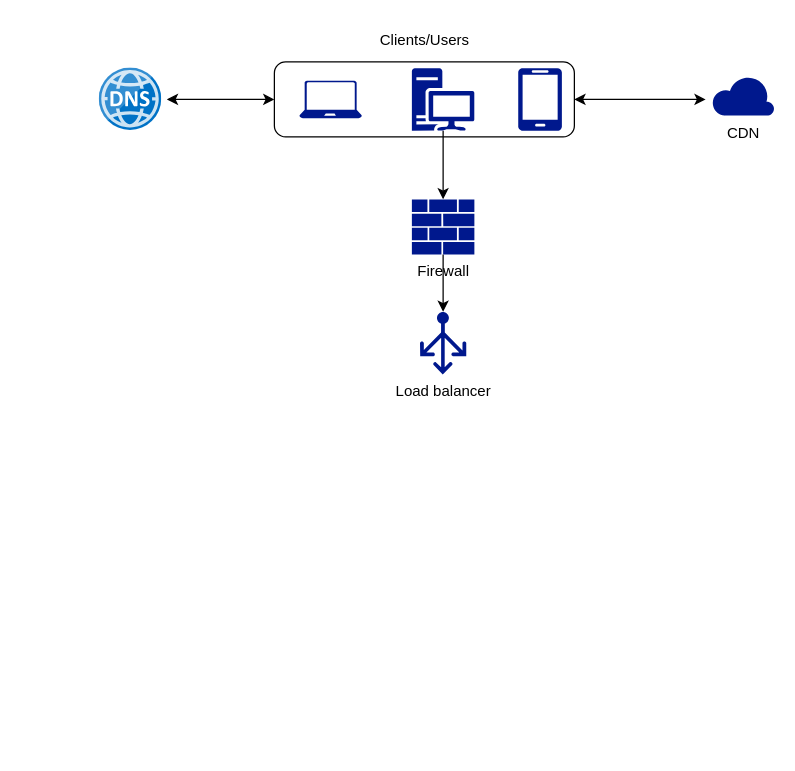
hkravtsov/hla keeps this draw.io diagram as resoures/drawio/HLA_architectural_design_0001.drawio. Above is the earlier version. Source tidied: cells renumbered, new cells numbered last; positions are measured from the earlier drawing's top-left corner, leaving out a move shared by most shapes. Both pictures are drawn from the tidied source at 125%, with x=0, y=0 at pixel (99, 21).
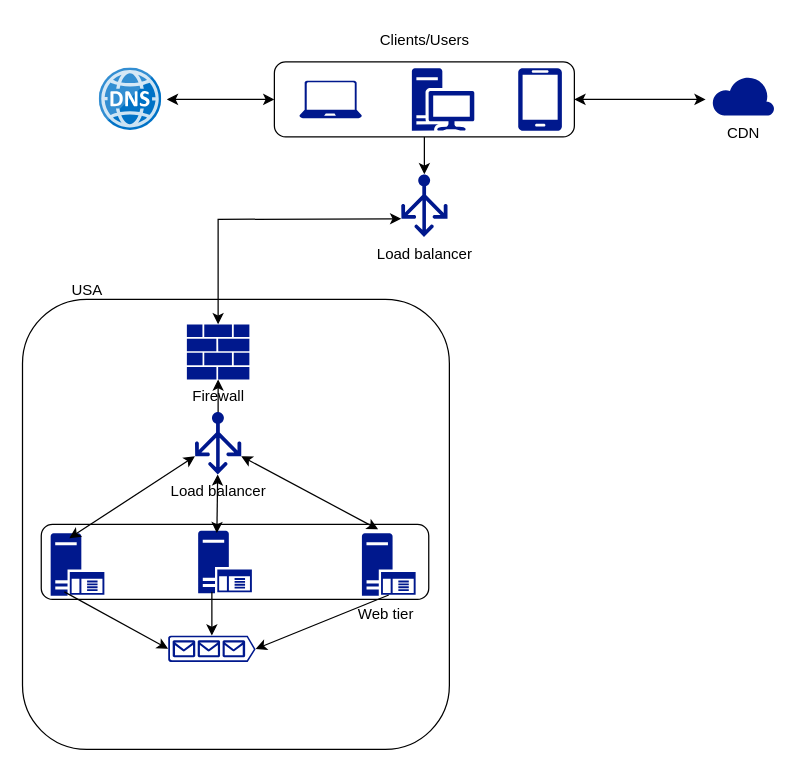
Above is the later version.

Unchanged cells that the change refers to:
```xml
<mxCell id="3" style="rounded=1;whiteSpace=wrap;html=1;" parent="1" vertex="1">
  <mxGeometry x="140" y="32" width="240" height="60" as="geometry" />
</mxCell>
<mxCell id="6" style="sketch=0;shadow=0;dashed=0;html=1;strokeColor=none;labelPosition=center;verticalLabelPosition=bottom;verticalAlign=top;align=center;fillColor=#00188D;shape=mxgraph.mscae.enterprise.workstation_client;" parent="1" vertex="1">
  <mxGeometry x="250" y="37" width="50" height="50" as="geometry" />
</mxCell>
```

What changed in the source:
```diff
@@
     <mxCell id="2" value="Load balancer" style="sketch=0;shadow=0;dashed=0;html=1;strokeColor=none;labelPosition=center;verticalLabelPosition=bottom;verticalAlign=top;align=center;fillColor=#00188D;shape=mxgraph.azure.load_balancer_generic;" parent="1" vertex="1">
-      <mxGeometry x="256.5" y="232" width="37" height="50" as="geometry" />
+      <mxGeometry x="241.5" y="122" width="37" height="50" as="geometry" />
     </mxCell>
+    <mxCell id="15" style="edgeStyle=orthogonalEdgeStyle;rounded=0;jettySize=auto;html=1;" parent="1" edge="1" source="3" target="2">
+      <mxGeometry relative="1" as="geometry" />
+    </mxCell>
@@
-    <mxCell id="5" style="edgeStyle=orthogonalEdgeStyle;rounded=0;jettySize=auto;html=1;" parent="1" edge="1" source="6" target="14">
-      <mxGeometry relative="1" as="geometry" />
-    </mxCell>
@@
+    <mxCell id="16" style="rounded=1;whiteSpace=wrap;html=1;" parent="1" vertex="1">
+      <mxGeometry x="-61.5" y="222" width="341.5" height="360" as="geometry" />
+    </mxCell>
+    <mxCell id="14" value="Firewall" style="sketch=0;shadow=0;dashed=0;html=1;strokeColor=none;labelPosition=center;verticalLabelPosition=bottom;verticalAlign=top;align=center;fillColor=#00188D;shape=mxgraph.mscae.enterprise.firewall;" parent="1" vertex="1">
+      <mxGeometry x="70" y="242" width="50" height="44" as="geometry" />
+    </mxCell>
-    <mxCell id="13" style="edgeStyle=orthogonalEdgeStyle;rounded=0;jettySize=auto;html=1;" parent="1" edge="1" source="14" target="2">
-      <mxGeometry relative="1" as="geometry" />
+    <mxCell id="13" style="endArrow=classic;startArrow=classic;html=1;rounded=0;entryX=0;entryY=0.71;entryDx=0;entryDy=0;entryPerimeter=0;exitX=0.5;exitY=0;exitDx=0;exitDy=0;exitPerimeter=0;" parent="1" edge="1" source="14" target="2">
+      <mxGeometry relative="1" as="geometry">
+        <Array as="points">
+          <mxPoint x="95" y="158" />
+        </Array>
+      </mxGeometry>
     </mxCell>
-    <mxCell id="14" value="Firewall" style="sketch=0;shadow=0;dashed=0;html=1;strokeColor=none;labelPosition=center;verticalLabelPosition=bottom;verticalAlign=top;align=center;fillColor=#00188D;shape=mxgraph.mscae.enterprise.firewall;" parent="1" vertex="1">
-      <mxGeometry x="250" y="142" width="50" height="44" as="geometry" />
-    </mxCell>
+    <mxCell id="17" style="edgeStyle=orthogonalEdgeStyle;rounded=0;jettySize=auto;html=1;" parent="1" edge="1" source="18" target="14">
+      <mxGeometry relative="1" as="geometry" />
+    </mxCell>
+    <mxCell id="18" value="Load balancer" style="sketch=0;shadow=0;dashed=0;html=1;strokeColor=none;labelPosition=center;verticalLabelPosition=bottom;verticalAlign=top;align=center;fillColor=#00188D;shape=mxgraph.azure.load_balancer_generic;" parent="1" vertex="1">
+      <mxGeometry x="76.5" y="312" width="37" height="50" as="geometry" />
+    </mxCell>
+    <mxCell id="19" value="USA" style="text;html=1;align=center;verticalAlign=middle;strokeColor=none;fillColor=none;" parent="1" vertex="1">
+      <mxGeometry x="-35" y="200" width="50" height="30" as="geometry" />
+    </mxCell>
+    <mxCell id="20" style="rounded=1;whiteSpace=wrap;html=1;" parent="1" vertex="1">
+      <mxGeometry x="-46.5" y="402" width="310" height="60" as="geometry" />
+    </mxCell>
+    <mxCell id="21" style="sketch=0;shadow=0;dashed=0;html=1;strokeColor=none;labelPosition=center;verticalLabelPosition=bottom;verticalAlign=top;align=center;fillColor=#00188D;shape=mxgraph.mscae.enterprise.application_server;" parent="1" vertex="1">
+      <mxGeometry x="-39" y="409" width="43" height="50" as="geometry" />
+    </mxCell>
+    <mxCell id="22" style="sketch=0;shadow=0;dashed=0;html=1;strokeColor=none;labelPosition=center;verticalLabelPosition=bottom;verticalAlign=top;align=center;fillColor=#00188D;shape=mxgraph.mscae.enterprise.application_server;" parent="1" vertex="1">
+      <mxGeometry x="79" y="407" width="43" height="50" as="geometry" />
+    </mxCell>
+    <mxCell id="23" style="sketch=0;shadow=0;dashed=0;html=1;strokeColor=none;labelPosition=center;verticalLabelPosition=bottom;verticalAlign=top;align=center;fillColor=#00188D;shape=mxgraph.mscae.enterprise.application_server;" parent="1" vertex="1">
+      <mxGeometry x="210" y="409" width="43" height="50" as="geometry" />
+    </mxCell>
+    <mxCell id="24" style="endArrow=classic;startArrow=classic;html=1;rounded=0;entryX=0;entryY=0.71;entryDx=0;entryDy=0;entryPerimeter=0;exitX=0.349;exitY=0.08;exitDx=0;exitDy=0;exitPerimeter=0;" parent="1" edge="1" source="21" target="18">
+      <mxGeometry relative="1" as="geometry" />
+    </mxCell>
+    <mxCell id="25" style="endArrow=classic;startArrow=classic;html=1;rounded=0;entryX=0.49;entryY=1;entryDx=0;entryDy=0;entryPerimeter=0;exitX=0.349;exitY=0.04;exitDx=0;exitDy=0;exitPerimeter=0;" parent="1" edge="1" source="22" target="18">
+      <mxGeometry relative="1" as="geometry" />
+    </mxCell>
+    <mxCell id="26" style="endArrow=classic;startArrow=classic;html=1;rounded=0;entryX=1;entryY=0.71;entryDx=0;entryDy=0;entryPerimeter=0;exitX=0.302;exitY=-0.06;exitDx=0;exitDy=0;exitPerimeter=0;" parent="1" edge="1" source="23" target="18">
+      <mxGeometry relative="1" as="geometry" />
+    </mxCell>
+    <mxCell id="27" style="sketch=0;shadow=0;dashed=0;html=1;strokeColor=none;labelPosition=center;verticalLabelPosition=bottom;verticalAlign=top;align=center;fillColor=#00188D;shape=mxgraph.azure.queue_generic;" parent="1" vertex="1">
+      <mxGeometry x="55" y="491" width="70" height="21" as="geometry" />
+    </mxCell>
+    <mxCell id="28" value="Web tier" style="text;html=1;align=center;verticalAlign=middle;strokeColor=none;fillColor=none;" parent="1" vertex="1">
+      <mxGeometry x="193.5" y="459" width="70" height="30" as="geometry" />
+    </mxCell>
+    <mxCell id="29" style="endArrow=classic;html=1;rounded=0;exitX=0.256;exitY=0.94;exitDx=0;exitDy=0;exitPerimeter=0;entryX=0;entryY=0.5;entryDx=0;entryDy=0;entryPerimeter=0;" parent="1" edge="1" source="21" target="27">
+      <mxGeometry relative="1" as="geometry" />
+    </mxCell>
+    <mxCell id="30" style="endArrow=classic;html=1;rounded=0;entryX=0.5;entryY=0;entryDx=0;entryDy=0;entryPerimeter=0;exitX=0.256;exitY=0.98;exitDx=0;exitDy=0;exitPerimeter=0;" parent="1" edge="1" source="22" target="27">
+      <mxGeometry relative="1" as="geometry" />
+    </mxCell>
+    <mxCell id="31" style="endArrow=classic;html=1;rounded=0;entryX=1;entryY=0.51;entryDx=0;entryDy=0;entryPerimeter=0;exitX=0.5;exitY=0.99;exitDx=0;exitDy=0;exitPerimeter=0;" parent="1" edge="1" source="23" target="27">
+      <mxGeometry relative="1" as="geometry" />
+    </mxCell>
```
